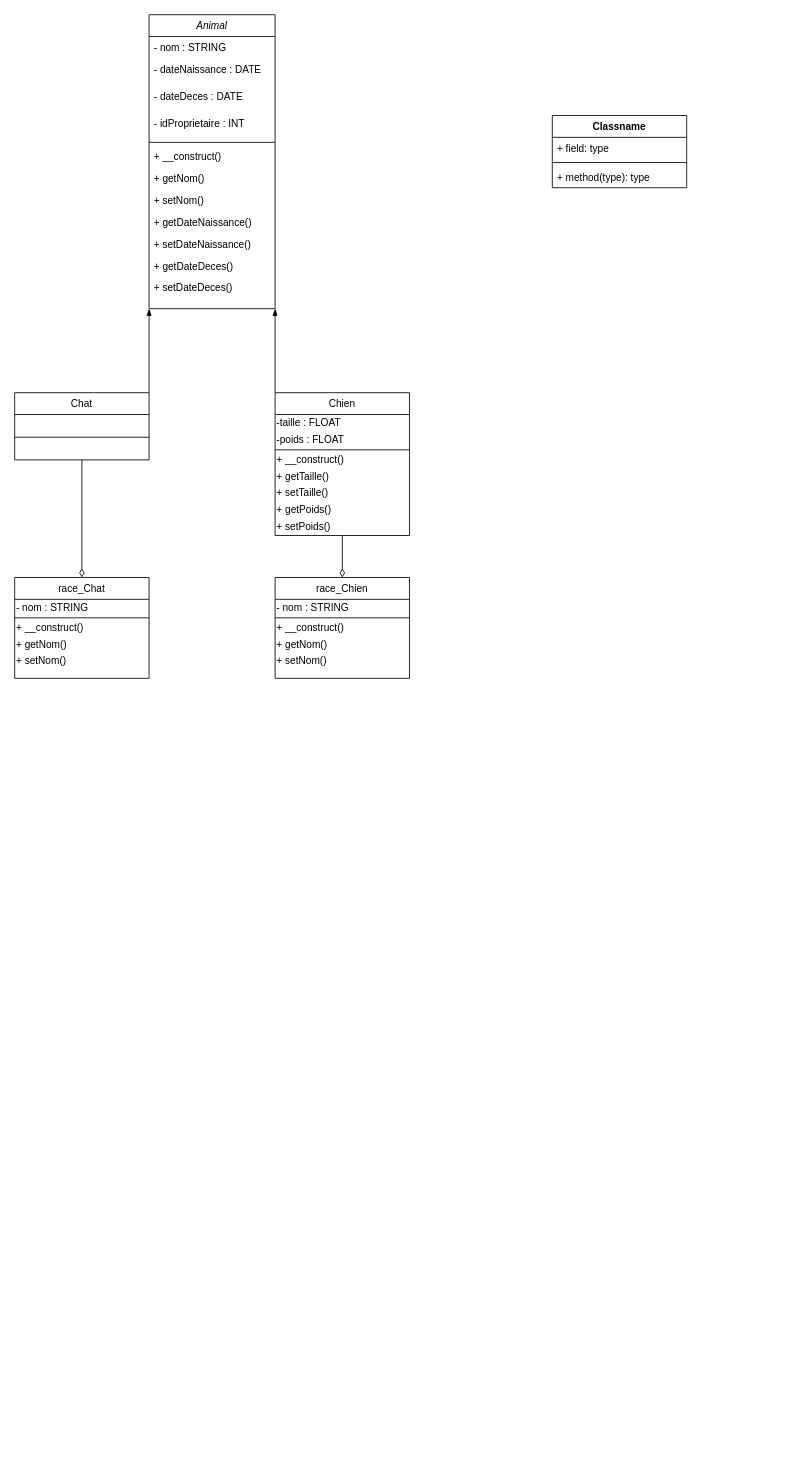
Earlier version of the draw.io diagram Untitled Diagram.drawio (Tran-Hugo/Exos-SQL). Source tidied: cells renumbered, new cells numbered last; positions are measured from the earlier drawing's top-left corner, leaving out a move shared by most shapes. Both pictures are drawn from the tidied source at 84%, with x=0, y=0 at pixel (14, 14).
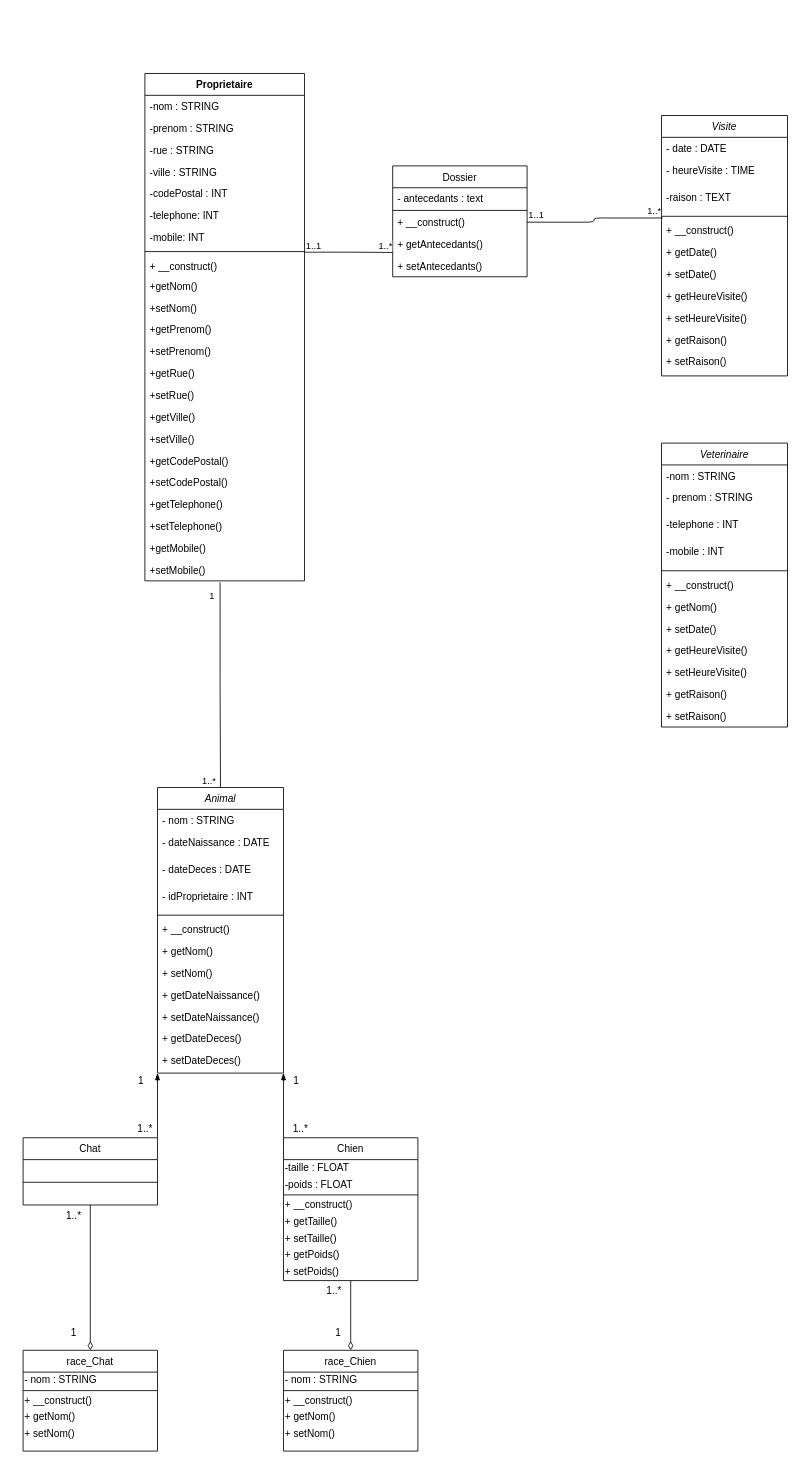
The same diagram, later.

Diff of the diagram source:
```diff
@@
     <mxCell id="2" value="Animal" style="swimlane;fontStyle=2;align=center;verticalAlign=top;horizontal=1;startSize=26;rounded=0;shadow=0;strokeWidth=1;" parent="1" vertex="1">
-      <mxGeometry x="160" width="150" height="350" as="geometry" />
+      <mxGeometry x="170" y="920" width="150" height="340" as="geometry" />
     </mxCell>
@@
     <mxCell id="16" value="Chat" style="swimlane;fontStyle=0;align=center;verticalAlign=top;horizontal=1;startSize=26;rounded=0;shadow=0;strokeWidth=1;" parent="1" vertex="1">
-      <mxGeometry y="450" width="160" height="80" as="geometry" />
+      <mxGeometry x="10" y="1337" width="160" height="80" as="geometry" />
     </mxCell>
@@
-    <mxCell id="18" value="Classname" style="swimlane;fontStyle=1;align=center;verticalAlign=top;horizontal=1;startSize=26;fillColor=none;" parent="1" vertex="1">
-      <mxGeometry x="640" y="120" width="160" height="86" as="geometry" />
+    <mxCell id="18" value="Proprietaire" style="swimlane;fontStyle=1;align=center;verticalAlign=top;horizontal=1;startSize=26;fillColor=none;" parent="1" vertex="1">
+      <mxGeometry x="155" y="70" width="190" height="604" as="geometry" />
     </mxCell>
-    <mxCell id="19" value="+ field: type" style="text;strokeColor=none;fillColor=none;align=left;verticalAlign=top;spacingLeft=4;spacingRight=4;overflow=hidden;" parent="18" vertex="1">
-      <mxGeometry y="26" width="160" height="26" as="geometry" />
+    <mxCell id="19" value="-nom : STRING" style="text;strokeColor=none;fillColor=none;align=left;verticalAlign=top;spacingLeft=4;spacingRight=4;overflow=hidden;" parent="18" vertex="1">
+      <mxGeometry y="26" width="190" height="26" as="geometry" />
     </mxCell>
+    <mxCell id="46" value="-prenom : STRING" style="text;strokeColor=none;fillColor=none;align=left;verticalAlign=top;spacingLeft=4;spacingRight=4;overflow=hidden;" parent="18" vertex="1">
+      <mxGeometry y="52" width="190" height="26" as="geometry" />
+    </mxCell>
+    <mxCell id="47" value="-rue : STRING" style="text;strokeColor=none;fillColor=none;align=left;verticalAlign=top;spacingLeft=4;spacingRight=4;overflow=hidden;" parent="18" vertex="1">
+      <mxGeometry y="78" width="190" height="26" as="geometry" />
+    </mxCell>
+    <mxCell id="48" value="-ville : STRING" style="text;strokeColor=none;fillColor=none;align=left;verticalAlign=top;spacingLeft=4;spacingRight=4;overflow=hidden;" parent="18" vertex="1">
+      <mxGeometry y="104" width="190" height="26" as="geometry" />
+    </mxCell>
+    <mxCell id="49" value="-codePostal : INT" style="text;strokeColor=none;fillColor=none;align=left;verticalAlign=top;spacingLeft=4;spacingRight=4;overflow=hidden;" parent="18" vertex="1">
+      <mxGeometry y="130" width="190" height="26" as="geometry" />
+    </mxCell>
+    <mxCell id="50" value="-telephone: INT" style="text;strokeColor=none;fillColor=none;align=left;verticalAlign=top;spacingLeft=4;spacingRight=4;overflow=hidden;" parent="18" vertex="1">
+      <mxGeometry y="156" width="190" height="26" as="geometry" />
+    </mxCell>
+    <mxCell id="51" value="-mobile: INT" style="text;strokeColor=none;fillColor=none;align=left;verticalAlign=top;spacingLeft=4;spacingRight=4;overflow=hidden;" parent="18" vertex="1">
+      <mxGeometry y="182" width="190" height="26" as="geometry" />
+    </mxCell>
     <mxCell id="20" style="line;strokeWidth=1;fillColor=none;align=left;verticalAlign=middle;spacingTop=-1;spacingLeft=3;spacingRight=3;labelPosition=right;" parent="18" vertex="1">
-      <mxGeometry y="52" width="160" height="8" as="geometry" />
+      <mxGeometry y="208" width="190" height="8" as="geometry" />
     </mxCell>
+    <mxCell id="52" value="+ __construct()" style="text;strokeColor=none;fillColor=none;align=left;verticalAlign=top;spacingLeft=4;spacingRight=4;overflow=hidden;points=[[0,0.5],[1,0.5]];portConstraint=eastwest;" parent="18" vertex="1">
+      <mxGeometry y="216" width="190" height="24" as="geometry" />
+    </mxCell>
-    <mxCell id="21" value="+ method(type): type" style="text;strokeColor=none;fillColor=none;align=left;verticalAlign=top;spacingLeft=4;spacingRight=4;overflow=hidden;" parent="18" vertex="1">
-      <mxGeometry y="60" width="160" height="26" as="geometry" />
+    <mxCell id="21" value="+getNom()" style="text;strokeColor=none;fillColor=none;align=left;verticalAlign=top;spacingLeft=4;spacingRight=4;overflow=hidden;" parent="18" vertex="1">
+      <mxGeometry y="240" width="190" height="26" as="geometry" />
     </mxCell>
+    <mxCell id="53" value="+setNom()" style="text;strokeColor=none;fillColor=none;align=left;verticalAlign=top;spacingLeft=4;spacingRight=4;overflow=hidden;" parent="18" vertex="1">
+      <mxGeometry y="266" width="190" height="26" as="geometry" />
+    </mxCell>
+    <mxCell id="54" value="+getPrenom()" style="text;strokeColor=none;fillColor=none;align=left;verticalAlign=top;spacingLeft=4;spacingRight=4;overflow=hidden;" parent="18" vertex="1">
+      <mxGeometry y="292" width="190" height="26" as="geometry" />
+    </mxCell>
+    <mxCell id="55" value="+setPrenom()" style="text;strokeColor=none;fillColor=none;align=left;verticalAlign=top;spacingLeft=4;spacingRight=4;overflow=hidden;" parent="18" vertex="1">
+      <mxGeometry y="318" width="190" height="26" as="geometry" />
+    </mxCell>
+    <mxCell id="56" value="+getRue()" style="text;strokeColor=none;fillColor=none;align=left;verticalAlign=top;spacingLeft=4;spacingRight=4;overflow=hidden;" parent="18" vertex="1">
+      <mxGeometry y="344" width="190" height="26" as="geometry" />
+    </mxCell>
+    <mxCell id="57" value="+setRue()" style="text;strokeColor=none;fillColor=none;align=left;verticalAlign=top;spacingLeft=4;spacingRight=4;overflow=hidden;" parent="18" vertex="1">
+      <mxGeometry y="370" width="190" height="26" as="geometry" />
+    </mxCell>
+    <mxCell id="58" value="+getVille()" style="text;strokeColor=none;fillColor=none;align=left;verticalAlign=top;spacingLeft=4;spacingRight=4;overflow=hidden;" parent="18" vertex="1">
+      <mxGeometry y="396" width="190" height="26" as="geometry" />
+    </mxCell>
+    <mxCell id="59" value="+setVille()" style="text;strokeColor=none;fillColor=none;align=left;verticalAlign=top;spacingLeft=4;spacingRight=4;overflow=hidden;" parent="18" vertex="1">
+      <mxGeometry y="422" width="190" height="26" as="geometry" />
+    </mxCell>
+    <mxCell id="60" value="+getCodePostal()" style="text;strokeColor=none;fillColor=none;align=left;verticalAlign=top;spacingLeft=4;spacingRight=4;overflow=hidden;" parent="18" vertex="1">
+      <mxGeometry y="448" width="190" height="26" as="geometry" />
+    </mxCell>
+    <mxCell id="61" value="+setCodePostal()" style="text;strokeColor=none;fillColor=none;align=left;verticalAlign=top;spacingLeft=4;spacingRight=4;overflow=hidden;" parent="18" vertex="1">
+      <mxGeometry y="474" width="190" height="26" as="geometry" />
+    </mxCell>
+    <mxCell id="62" value="+getTelephone()" style="text;strokeColor=none;fillColor=none;align=left;verticalAlign=top;spacingLeft=4;spacingRight=4;overflow=hidden;" parent="18" vertex="1">
+      <mxGeometry y="500" width="190" height="26" as="geometry" />
+    </mxCell>
+    <mxCell id="63" value="+setTelephone()" style="text;strokeColor=none;fillColor=none;align=left;verticalAlign=top;spacingLeft=4;spacingRight=4;overflow=hidden;" parent="18" vertex="1">
+      <mxGeometry y="526" width="190" height="26" as="geometry" />
+    </mxCell>
+    <mxCell id="64" value="+getMobile()" style="text;strokeColor=none;fillColor=none;align=left;verticalAlign=top;spacingLeft=4;spacingRight=4;overflow=hidden;" parent="18" vertex="1">
+      <mxGeometry y="552" width="190" height="26" as="geometry" />
+    </mxCell>
+    <mxCell id="65" value="+setMobile()" style="text;strokeColor=none;fillColor=none;align=left;verticalAlign=top;spacingLeft=4;spacingRight=4;overflow=hidden;points=[[0,0.5],[1,0.5]];portConstraint=eastwest;" parent="18" vertex="1">
+      <mxGeometry y="578" width="190" height="26" as="geometry" />
+    </mxCell>
@@
     <mxCell id="23" value="race_Chat" style="swimlane;fontStyle=0;align=center;verticalAlign=top;horizontal=1;startSize=26;rounded=0;shadow=0;strokeWidth=1;" parent="1" vertex="1">
-      <mxGeometry y="670" width="160" height="120" as="geometry" />
+      <mxGeometry x="10" y="1590" width="160" height="120" as="geometry" />
     </mxCell>
@@
     <mxCell id="29" value="Chien" style="swimlane;fontStyle=0;align=center;verticalAlign=top;horizontal=1;startSize=26;rounded=0;shadow=0;strokeWidth=1;" parent="1" vertex="1">
-      <mxGeometry x="310" y="450" width="160" height="170" as="geometry" />
+      <mxGeometry x="320" y="1337" width="160" height="170" as="geometry" />
     </mxCell>
@@
     <mxCell id="39" value="race_Chien" style="swimlane;fontStyle=0;align=center;verticalAlign=top;horizontal=1;startSize=26;rounded=0;shadow=0;strokeWidth=1;" parent="1" vertex="1">
-      <mxGeometry x="310" y="670" width="160" height="120" as="geometry" />
+      <mxGeometry x="320" y="1590" width="160" height="120" as="geometry" />
     </mxCell>
@@
+    <mxCell id="66" value="1" style="text;html=1;align=center;verticalAlign=middle;strokeColor=none;" parent="1" vertex="1">
+      <mxGeometry x="140" y="1260" width="20" height="20" as="geometry" />
+    </mxCell>
+    <mxCell id="67" value="1..*" style="text;html=1;align=center;verticalAlign=middle;strokeColor=none;" parent="1" vertex="1">
+      <mxGeometry x="140" y="1317" width="30" height="20" as="geometry" />
+    </mxCell>
+    <mxCell id="68" value="1" style="text;html=1;align=center;verticalAlign=middle;strokeColor=none;" parent="1" vertex="1">
+      <mxGeometry x="325" y="1260" width="20" height="20" as="geometry" />
+    </mxCell>
+    <mxCell id="69" value="1..*" style="text;html=1;align=center;verticalAlign=middle;strokeColor=none;" parent="1" vertex="1">
+      <mxGeometry x="325" y="1317" width="30" height="20" as="geometry" />
+    </mxCell>
+    <mxCell id="70" value="1" style="text;html=1;align=center;verticalAlign=middle;strokeColor=none;" parent="1" vertex="1">
+      <mxGeometry x="60" y="1560" width="20" height="20" as="geometry" />
+    </mxCell>
+    <mxCell id="71" value="1..*" style="text;html=1;align=center;verticalAlign=middle;strokeColor=none;" parent="1" vertex="1">
+      <mxGeometry x="55" y="1420" width="30" height="20" as="geometry" />
+    </mxCell>
+    <mxCell id="72" value="1..*" style="text;html=1;align=center;verticalAlign=middle;strokeColor=none;" parent="1" vertex="1">
+      <mxGeometry x="365" y="1510" width="30" height="20" as="geometry" />
+    </mxCell>
+    <mxCell id="73" value="1" style="text;html=1;align=center;verticalAlign=middle;strokeColor=none;" parent="1" vertex="1">
+      <mxGeometry x="375" y="1560" width="20" height="20" as="geometry" />
+    </mxCell>
+    <mxCell id="74" value="Dossier" style="swimlane;fontStyle=0;align=center;verticalAlign=top;horizontal=1;startSize=26;rounded=0;shadow=0;strokeWidth=1;" parent="1" vertex="1">
+      <mxGeometry x="450" y="180" width="160" height="132" as="geometry" />
+    </mxCell>
+    <mxCell id="75" value="- antecedants : text" style="text;strokeColor=none;fillColor=none;align=left;verticalAlign=top;spacingLeft=4;spacingRight=4;overflow=hidden;" parent="74" vertex="1">
+      <mxGeometry y="26" width="160" height="26" as="geometry" />
+    </mxCell>
+    <mxCell id="76" style="line;html=1;strokeWidth=1;align=left;verticalAlign=middle;spacingTop=-1;spacingLeft=3;spacingRight=3;labelPosition=right;" parent="74" vertex="1">
+      <mxGeometry y="52" width="160" height="2" as="geometry" />
+    </mxCell>
+    <mxCell id="77" value="+ __construct()" style="text;strokeColor=none;fillColor=none;align=left;verticalAlign=top;spacingLeft=4;spacingRight=4;overflow=hidden;points=[[0,0.5],[1,0.5]];portConstraint=eastwest;" parent="74" vertex="1">
+      <mxGeometry y="54" width="160" height="26" as="geometry" />
+    </mxCell>
+    <mxCell id="78" value="+ getAntecedants()" style="text;strokeColor=none;fillColor=none;align=left;verticalAlign=top;spacingLeft=4;spacingRight=4;overflow=hidden;points=[[0,0.5],[1,0.5]];portConstraint=eastwest;" parent="74" vertex="1">
+      <mxGeometry y="80" width="160" height="26" as="geometry" />
+    </mxCell>
+    <mxCell id="79" value="+ setAntecedants()" style="text;strokeColor=none;fillColor=none;align=left;verticalAlign=top;spacingLeft=4;spacingRight=4;overflow=hidden;" parent="74" vertex="1">
+      <mxGeometry y="106" width="160" height="26" as="geometry" />
+    </mxCell>
+    <mxCell id="80" style="endArrow=none;html=1;edgeStyle=orthogonalEdgeStyle;startSize=8;exitX=0.471;exitY=1.069;exitDx=0;exitDy=0;exitPerimeter=0;entryX=0.5;entryY=0;entryDx=0;entryDy=0;" parent="1" edge="1" source="65" target="2">
+      <mxGeometry relative="1" as="geometry">
+        <Array as="points">
+          <mxPoint x="245" y="797" />
+        </Array>
+      </mxGeometry>
+    </mxCell>
+    <mxCell id="81" value="1" style="edgeLabel;html=1;align=left;verticalAlign=bottom;" parent="80" vertex="1">
+      <mxGeometry x="-1" relative="1" as="geometry">
+        <mxPoint x="-14" y="24" as="offset" />
+      </mxGeometry>
+    </mxCell>
+    <mxCell id="82" value="1..*" style="edgeLabel;html=1;align=right;verticalAlign=bottom;" parent="80" vertex="1">
+      <mxGeometry x="1" relative="1" as="geometry">
+        <mxPoint x="-5" as="offset" />
+      </mxGeometry>
+    </mxCell>
+    <mxCell id="83" style="endArrow=none;html=1;edgeStyle=orthogonalEdgeStyle;startSize=8;exitX=1.001;exitY=-0.138;exitDx=0;exitDy=0;exitPerimeter=0;entryX=-0.003;entryY=0.886;entryDx=0;entryDy=0;entryPerimeter=0;" parent="1" edge="1" source="52" target="78">
+      <mxGeometry relative="1" as="geometry" />
+    </mxCell>
+    <mxCell id="84" value="1..1" style="edgeLabel;html=1;align=left;verticalAlign=bottom;" parent="83" vertex="1">
+      <mxGeometry x="-1" relative="1" as="geometry" />
+    </mxCell>
+    <mxCell id="85" value="1..*" style="edgeLabel;html=1;align=right;verticalAlign=bottom;" parent="83" vertex="1">
+      <mxGeometry x="1" relative="1" as="geometry" />
+    </mxCell>
+    <mxCell id="86" value="Visite" style="swimlane;fontStyle=2;align=center;verticalAlign=top;horizontal=1;startSize=26;rounded=0;shadow=0;strokeWidth=1;" parent="1" vertex="1">
+      <mxGeometry x="770" y="120" width="150" height="310" as="geometry" />
+    </mxCell>
+    <mxCell id="87" value="- date : DATE" style="text;align=left;verticalAlign=top;spacingLeft=4;spacingRight=4;overflow=hidden;rounded=0;shadow=0;html=0;" parent="86" vertex="1">
+      <mxGeometry y="26" width="150" height="26" as="geometry" />
+    </mxCell>
+    <mxCell id="88" value="- heureVisite : TIME" style="text;align=left;verticalAlign=top;spacingLeft=4;spacingRight=4;overflow=hidden;rounded=0;shadow=0;html=0;" parent="86" vertex="1">
+      <mxGeometry y="52" width="150" height="32" as="geometry" />
+    </mxCell>
+    <mxCell id="89" value="-raison : TEXT" style="text;align=left;verticalAlign=top;spacingLeft=4;spacingRight=4;overflow=hidden;rounded=0;shadow=0;html=0;" parent="86" vertex="1">
+      <mxGeometry y="84" width="150" height="32" as="geometry" />
+    </mxCell>
+    <mxCell id="90" style="line;html=1;strokeWidth=1;align=left;verticalAlign=middle;spacingTop=-1;spacingLeft=3;spacingRight=3;labelPosition=right;points=[];portConstraint=eastwest;" parent="86" vertex="1">
+      <mxGeometry y="116" width="150" height="8" as="geometry" />
+    </mxCell>
+    <mxCell id="91" value="+ __construct()" style="text;align=left;verticalAlign=top;spacingLeft=4;spacingRight=4;overflow=hidden;" parent="86" vertex="1">
+      <mxGeometry y="124" width="150" height="26" as="geometry" />
+    </mxCell>
+    <mxCell id="92" value="+ getDate()" style="text;align=left;verticalAlign=top;spacingLeft=4;spacingRight=4;overflow=hidden;" parent="86" vertex="1">
+      <mxGeometry y="150" width="150" height="26" as="geometry" />
+    </mxCell>
+    <mxCell id="93" value="+ setDate()" style="text;align=left;verticalAlign=top;spacingLeft=4;spacingRight=4;overflow=hidden;" parent="86" vertex="1">
+      <mxGeometry y="176" width="150" height="26" as="geometry" />
+    </mxCell>
+    <mxCell id="94" value="+ getHeureVisite()" style="text;align=left;verticalAlign=top;spacingLeft=4;spacingRight=4;overflow=hidden;" parent="86" vertex="1">
+      <mxGeometry y="202" width="150" height="26" as="geometry" />
+    </mxCell>
+    <mxCell id="95" value="+ setHeureVisite()" style="text;align=left;verticalAlign=top;spacingLeft=4;spacingRight=4;overflow=hidden;" parent="86" vertex="1">
+      <mxGeometry y="228" width="150" height="26" as="geometry" />
+    </mxCell>
+    <mxCell id="96" value="+ getRaison()" style="text;align=left;verticalAlign=top;spacingLeft=4;spacingRight=4;overflow=hidden;" parent="86" vertex="1">
+      <mxGeometry y="254" width="150" height="26" as="geometry" />
+    </mxCell>
+    <mxCell id="97" value="+ setRaison()" style="text;align=left;verticalAlign=top;spacingLeft=4;spacingRight=4;overflow=hidden;" parent="86" vertex="1">
+      <mxGeometry y="280" width="150" height="26" as="geometry" />
+    </mxCell>
+    <mxCell id="98" style="endArrow=none;html=1;edgeStyle=orthogonalEdgeStyle;startSize=8;exitX=1;exitY=0.5;exitDx=0;exitDy=0;entryX=0.009;entryY=0.75;entryDx=0;entryDy=0;entryPerimeter=0;" parent="1" edge="1" source="77" target="90">
+      <mxGeometry relative="1" as="geometry" />
+    </mxCell>
+    <mxCell id="99" value="1..1" style="edgeLabel;html=1;align=left;verticalAlign=bottom;" parent="98" vertex="1">
+      <mxGeometry x="-1" relative="1" as="geometry" />
+    </mxCell>
+    <mxCell id="100" value="1..*" style="edgeLabel;html=1;align=right;verticalAlign=bottom;" parent="98" vertex="1">
+      <mxGeometry x="1" relative="1" as="geometry">
+        <mxPoint x="-1" as="offset" />
+      </mxGeometry>
+    </mxCell>
+    <mxCell id="101" value="Veterinaire" style="swimlane;fontStyle=2;align=center;verticalAlign=top;horizontal=1;startSize=26;rounded=0;shadow=0;strokeWidth=1;" parent="1" vertex="1">
+      <mxGeometry x="770" y="510" width="150" height="338" as="geometry" />
+    </mxCell>
+    <mxCell id="102" value="-nom : STRING" style="text;align=left;verticalAlign=top;spacingLeft=4;spacingRight=4;overflow=hidden;rounded=0;shadow=0;html=0;" parent="101" vertex="1">
+      <mxGeometry y="26" width="150" height="26" as="geometry" />
+    </mxCell>
+    <mxCell id="103" value="- prenom : STRING" style="text;align=left;verticalAlign=top;spacingLeft=4;spacingRight=4;overflow=hidden;rounded=0;shadow=0;html=0;" parent="101" vertex="1">
+      <mxGeometry y="52" width="150" height="32" as="geometry" />
+    </mxCell>
+    <mxCell id="104" value="-telephone : INT" style="text;align=left;verticalAlign=top;spacingLeft=4;spacingRight=4;overflow=hidden;rounded=0;shadow=0;html=0;" parent="101" vertex="1">
+      <mxGeometry y="84" width="150" height="32" as="geometry" />
+    </mxCell>
+    <mxCell id="105" value="-mobile : INT" style="text;align=left;verticalAlign=top;spacingLeft=4;spacingRight=4;overflow=hidden;rounded=0;shadow=0;html=0;" parent="101" vertex="1">
+      <mxGeometry y="116" width="150" height="32" as="geometry" />
+    </mxCell>
+    <mxCell id="106" style="line;html=1;strokeWidth=1;align=left;verticalAlign=middle;spacingTop=-1;spacingLeft=3;spacingRight=3;labelPosition=right;" parent="101" vertex="1">
+      <mxGeometry y="148" width="150" height="8" as="geometry" />
+    </mxCell>
+    <mxCell id="107" value="+ __construct()" style="text;align=left;verticalAlign=top;spacingLeft=4;spacingRight=4;overflow=hidden;" parent="101" vertex="1">
+      <mxGeometry y="156" width="150" height="26" as="geometry" />
+    </mxCell>
+    <mxCell id="108" value="+ getNom()" style="text;align=left;verticalAlign=top;spacingLeft=4;spacingRight=4;overflow=hidden;" parent="101" vertex="1">
+      <mxGeometry y="182" width="150" height="26" as="geometry" />
+    </mxCell>
+    <mxCell id="109" value="+ setDate()" style="text;align=left;verticalAlign=top;spacingLeft=4;spacingRight=4;overflow=hidden;" parent="101" vertex="1">
+      <mxGeometry y="208" width="150" height="26" as="geometry" />
+    </mxCell>
+    <mxCell id="110" value="+ getHeureVisite()" style="text;align=left;verticalAlign=top;spacingLeft=4;spacingRight=4;overflow=hidden;" parent="101" vertex="1">
+      <mxGeometry y="234" width="150" height="26" as="geometry" />
+    </mxCell>
+    <mxCell id="111" value="+ setHeureVisite()" style="text;align=left;verticalAlign=top;spacingLeft=4;spacingRight=4;overflow=hidden;" parent="101" vertex="1">
+      <mxGeometry y="260" width="150" height="26" as="geometry" />
+    </mxCell>
+    <mxCell id="112" value="+ getRaison()" style="text;align=left;verticalAlign=top;spacingLeft=4;spacingRight=4;overflow=hidden;" parent="101" vertex="1">
+      <mxGeometry y="286" width="150" height="26" as="geometry" />
+    </mxCell>
+    <mxCell id="113" value="+ setRaison()" style="text;align=left;verticalAlign=top;spacingLeft=4;spacingRight=4;overflow=hidden;" parent="101" vertex="1">
+      <mxGeometry y="312" width="150" height="26" as="geometry" />
+    </mxCell>
```
